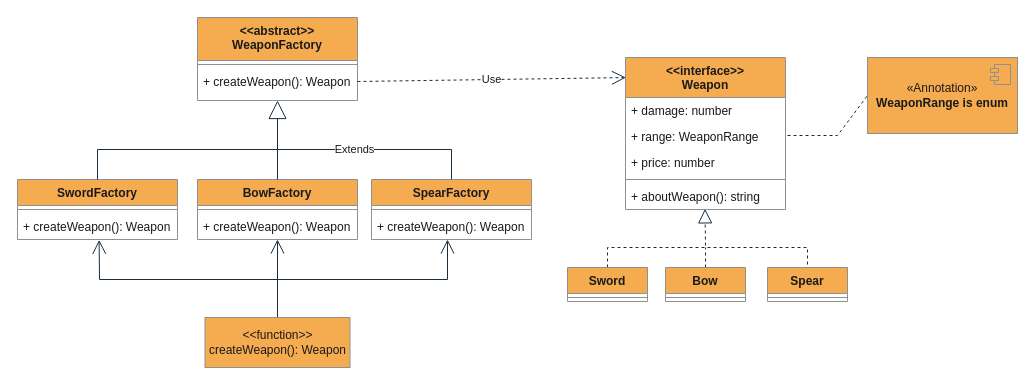
Above: diagrams/creational/1factory.drawio in Vlas1d/BasePatterns (draw.io), before the change. Source tidied: cells renumbered, new cells numbered last; positions are measured from the earlier drawing's top-left corner, leaving out a move shared by most shapes. Both pictures are drawn from the tidied source at 100%, with x=0, y=0 at pixel (17, 17).
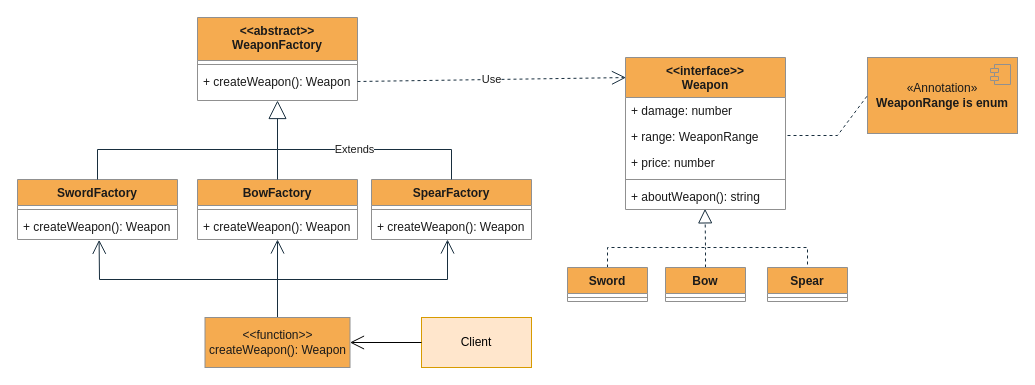
The same diagram, later.

The change refers to these unchanged cells:
```xml
<mxCell id="35" value="&amp;lt;&amp;lt;function&amp;gt;&amp;gt;&lt;br&gt;createWeapon(): Weapon" style="html=1;whiteSpace=wrap;strokeColor=#909090;fontColor=#1A1A1A;fillColor=#F5AB50;" parent="1" vertex="1">
  <mxGeometry x="187.5" y="300" width="145" height="50" as="geometry" />
</mxCell>
```

The edit, as a diff of the source:
```diff
@@
+    <mxCell id="42" value="Client" style="html=1;whiteSpace=wrap;fillColor=#ffe6cc;strokeColor=#d79b00;" parent="1" vertex="1">
+      <mxGeometry x="404" y="300" width="110" height="50" as="geometry" />
+    </mxCell>
+    <mxCell id="43" style="endArrow=open;endFill=1;endSize=12;html=1;rounded=0;" parent="1" edge="1" source="42" target="35">
+      <mxGeometry relative="1" as="geometry" />
+    </mxCell>
```
